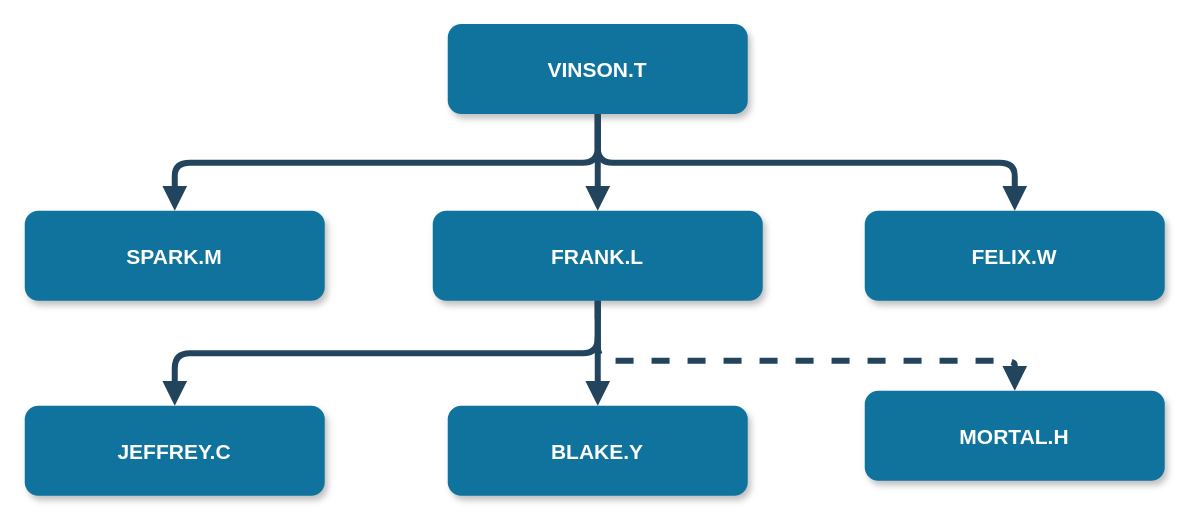
The draw.io diagram .drawio in wingtian/SAP_F, before the edit. Source tidied: cells renumbered, new cells numbered last; positions are measured from the earlier drawing's top-left corner, leaving out a move shared by most shapes. Both pictures are drawn from the tidied source at 150%, with x=0, y=0 at pixel (24, 24).
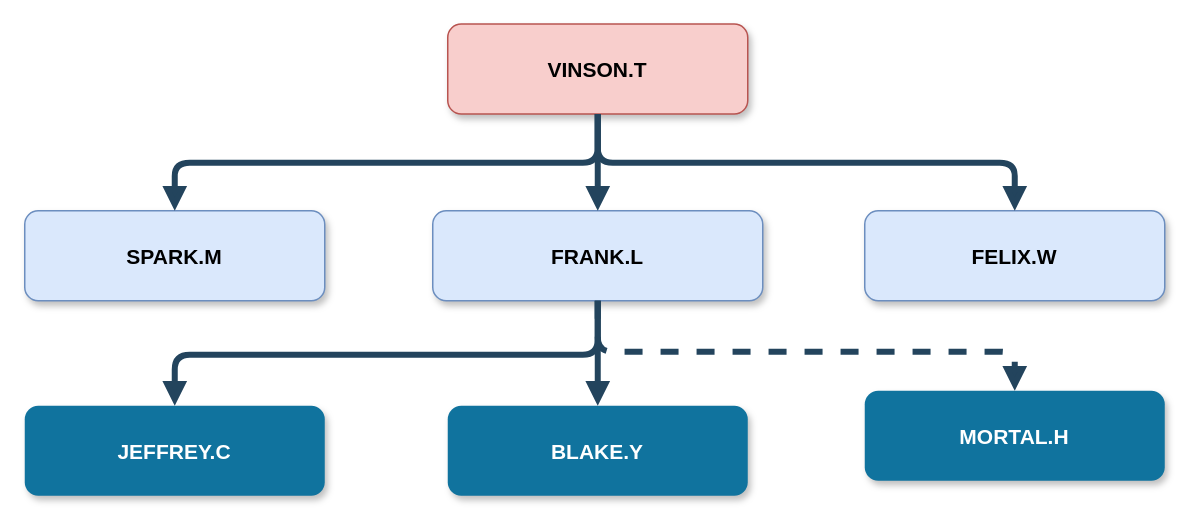
The same diagram, later.

The edit, as a diff of the source:
```diff
@@
 <mxGraphModel>
   <root>
     <mxCell id="0" />
     <mxCell id="1" parent="0" />
-    <mxCell id="2" value="VINSON.T" style="rounded=1;fillColor=#10739E;strokeColor=none;shadow=1;gradientColor=none;fontStyle=1;fontColor=#FFFFFF;fontSize=14;" parent="1" vertex="1">
+    <mxCell id="2" value="VINSON.T" style="rounded=1;fillColor=#f8cecc;strokeColor=#b85450;shadow=1;fontStyle=1;fontSize=14;" parent="1" vertex="1">
       <mxGeometry x="282" y="-0.5" width="200" height="60" as="geometry" />
     </mxCell>
-    <mxCell id="3" value="FRANK.L" style="rounded=1;fillColor=#10739E;strokeColor=none;shadow=1;gradientColor=none;fontStyle=1;fontColor=#FFFFFF;fontSize=14;" parent="1" vertex="1">
+    <mxCell id="3" value="FRANK.L" style="rounded=1;fillColor=#dae8fc;strokeColor=#6c8ebf;shadow=1;fontStyle=1;fontSize=14;" parent="1" vertex="1">
       <mxGeometry x="272" y="124" width="220" height="60" as="geometry" />
     </mxCell>
-    <mxCell id="4" value="SPARK.M" style="rounded=1;fillColor=#10739E;strokeColor=none;shadow=1;gradientColor=none;fontStyle=1;fontColor=#FFFFFF;fontSize=14;" parent="1" vertex="1">
+    <mxCell id="4" value="SPARK.M" style="rounded=1;fillColor=#dae8fc;strokeColor=#6c8ebf;shadow=1;fontStyle=1;fontSize=14;" parent="1" vertex="1">
       <mxGeometry y="124" width="200" height="60" as="geometry" />
     </mxCell>
-    <mxCell id="5" value="FELIX.W" style="rounded=1;fillColor=#10739E;strokeColor=none;shadow=1;gradientColor=none;fontStyle=1;fontColor=#FFFFFF;fontSize=14;" parent="1" vertex="1">
+    <mxCell id="5" value="FELIX.W" style="rounded=1;fillColor=#dae8fc;strokeColor=#6c8ebf;shadow=1;fontStyle=1;fontSize=14;" parent="1" vertex="1">
       <mxGeometry x="560" y="124" width="200" height="60" as="geometry" />
     </mxCell>
     <mxCell id="6" value="JEFFREY.C" style="rounded=1;fillColor=#10739E;strokeColor=none;shadow=1;gradientColor=none;fontStyle=1;fontColor=#FFFFFF;fontSize=14;" parent="1" vertex="1">
       <mxGeometry y="254" width="200" height="60" as="geometry" />
     </mxCell>
     <mxCell id="7" value="MORTAL.H" style="rounded=1;fillColor=#10739E;strokeColor=none;shadow=1;gradientColor=none;fontStyle=1;fontColor=#FFFFFF;fontSize=14;" parent="1" vertex="1">
       <mxGeometry x="560" y="244" width="200" height="60" as="geometry" />
     </mxCell>
     <mxCell id="8" value="BLAKE.Y" style="rounded=1;fillColor=#10739E;strokeColor=none;shadow=1;gradientColor=none;fontStyle=1;fontColor=#FFFFFF;fontSize=14;" parent="1" vertex="1">
       <mxGeometry x="282" y="254" width="200" height="60" as="geometry" />
     </mxCell>
     <mxCell id="9" style="edgeStyle=elbowEdgeStyle;elbow=vertical;strokeWidth=4;endArrow=block;endFill=1;fontStyle=1;strokeColor=#23445D;" parent="1" edge="1" source="2" target="3">
       <mxGeometry x="22" y="165.5" as="geometry" />
     </mxCell>
     <mxCell id="10" style="edgeStyle=elbowEdgeStyle;elbow=vertical;strokeWidth=4;endArrow=block;endFill=1;fontStyle=1;strokeColor=#23445D;exitX=0.5;exitY=1;exitDx=0;exitDy=0;" parent="1" edge="1" source="2" target="5">
       <mxGeometry x="22" y="165.5" as="geometry" />
     </mxCell>
     <mxCell id="11" style="edgeStyle=elbowEdgeStyle;elbow=vertical;strokeWidth=4;endArrow=block;endFill=1;fontStyle=1;strokeColor=#23445D;exitX=0.5;exitY=1;exitDx=0;exitDy=0;" parent="1" edge="1" source="2" target="4">
       <mxGeometry x="22" y="165.5" as="geometry" />
     </mxCell>
     <mxCell id="12" style="edgeStyle=elbowEdgeStyle;elbow=vertical;strokeWidth=4;endArrow=block;endFill=1;fontStyle=1;strokeColor=#23445D;" parent="1" edge="1" source="3" target="6">
-      <mxGeometry x="22" y="165.5" as="geometry" />
+      <mxGeometry x="22" y="165.5" as="geometry">
+        <Array as="points">
+          <mxPoint x="244" y="220" />
+        </Array>
+      </mxGeometry>
     </mxCell>
     <mxCell id="13" style="edgeStyle=elbowEdgeStyle;elbow=vertical;strokeWidth=4;endArrow=block;endFill=1;fontStyle=1;dashed=1;strokeColor=#23445D;entryX=0.5;entryY=0;entryDx=0;entryDy=0;exitX=0.5;exitY=1;exitDx=0;exitDy=0;" parent="1" edge="1" source="3" target="7">
       <mxGeometry x="22" y="165.5" as="geometry">
         <Array as="points">
-          <mxPoint x="520" y="224" />
+          <mxPoint x="521" y="218" />
         </Array>
       </mxGeometry>
     </mxCell>
     <mxCell id="14" style="edgeStyle=elbowEdgeStyle;elbow=vertical;strokeWidth=4;endArrow=block;endFill=1;fontStyle=1;strokeColor=#23445D;exitX=0.5;exitY=1;exitDx=0;exitDy=0;entryX=0.5;entryY=0;entryDx=0;entryDy=0;" parent="1" edge="1" source="3" target="8">
       <mxGeometry x="22" y="165.5" as="geometry">
         <Array as="points">
           <mxPoint x="370" y="224" />
         </Array>
       </mxGeometry>
     </mxCell>
   </root>
 </mxGraphModel>
```
